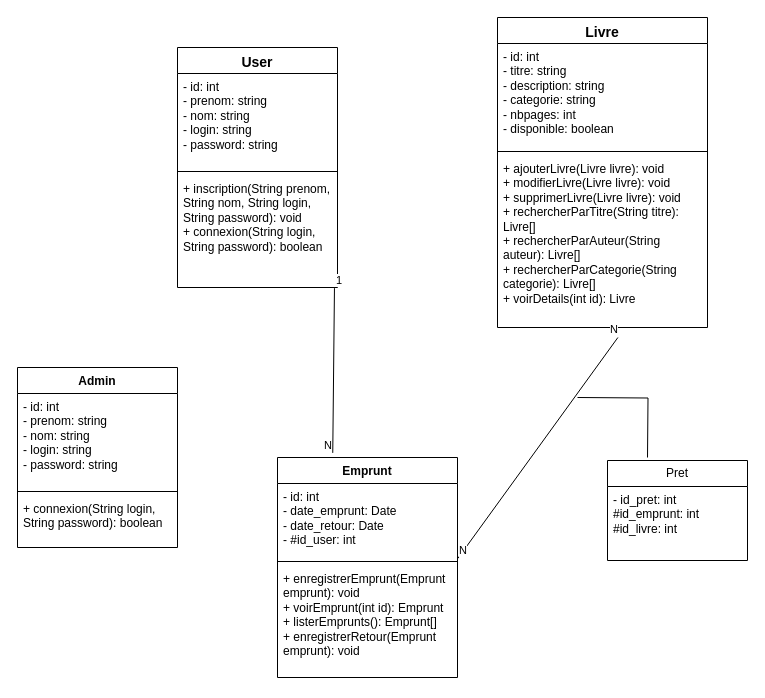
This is Bibliotheque-jee-sem8.drawio from adler96/uml, a draw.io file, before an edit. Source tidied: cells renumbered, new cells numbered last; positions are measured from the earlier drawing's top-left corner, leaving out a move shared by most shapes. Both pictures are drawn from the tidied source at 100%, with x=0, y=0 at pixel (17, 17).
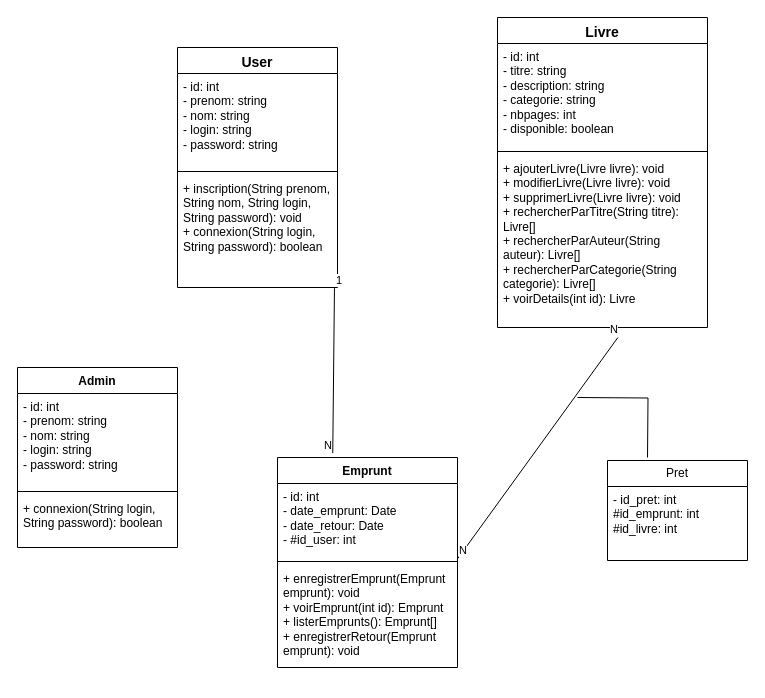
The same page after the edit.

Unchanged cells that the change refers to:
```xml
<mxCell id="24" value="Pret" style="swimlane;fontStyle=0;horizontal=1;startSize=26;fillColor=none;whiteSpace=wrap;html=1;" parent="1" vertex="1">
  <mxGeometry x="590" y="443" width="140" height="100" as="geometry" />
</mxCell>
```

Change to the diagram source:
```diff
@@
     <mxCell id="10" value="Emprunt" style="swimlane;fontStyle=1;align=center;verticalAlign=top;horizontal=1;startSize=26;whiteSpace=wrap;html=1;" parent="1" vertex="1">
-      <mxGeometry x="260" y="440" width="180" height="220" as="geometry" />
+      <mxGeometry x="260" y="440" width="180" height="210" as="geometry" />
     </mxCell>
-    <mxCell id="11" value="- id: int&lt;div&gt;- date_emprunt: Date&lt;/div&gt;&lt;div&gt;- date_retour: Date&lt;/div&gt;&lt;div&gt;- #id_user: int&lt;/div&gt;" style="text;strokeColor=none;fillColor=none;align=left;verticalAlign=top;spacingLeft=4;spacingRight=4;overflow=hidden;whiteSpace=wrap;html=1;" parent="10" vertex="1">
+    <mxCell id="11" value="- id: int&lt;div&gt;- date_emprunt: Date&lt;/div&gt;&lt;div&gt;- date_retour: Date&lt;/div&gt;&lt;div&gt;- &lt;span style=&quot;background-color: rgb(255, 255, 255);&quot;&gt;#id_user: int&lt;/span&gt;&lt;/div&gt;" style="text;strokeColor=none;fillColor=none;align=left;verticalAlign=top;spacingLeft=4;spacingRight=4;overflow=hidden;whiteSpace=wrap;html=1;" parent="10" vertex="1">
       <mxGeometry y="26" width="180" height="74" as="geometry" />
     </mxCell>
@@
     <mxCell id="13" value="&lt;div&gt;+ enregistrerEmprunt(Emprunt emprunt): void&lt;/div&gt;&lt;div&gt;+ voirEmprunt(int id): Emprunt&lt;/div&gt;&lt;div&gt;+ listerEmprunts(): Emprunt[]&lt;/div&gt;&lt;div&gt;+ enregistrerRetour(Emprunt emprunt): void&lt;/div&gt;" style="text;strokeColor=none;fillColor=none;align=left;verticalAlign=top;spacingLeft=4;spacingRight=4;overflow=hidden;whiteSpace=wrap;html=1;" parent="10" vertex="1">
-      <mxGeometry y="108" width="180" height="112" as="geometry" />
+      <mxGeometry y="108" width="180" height="102" as="geometry" />
     </mxCell>
@@
-    <mxCell id="25" value="- id_pret: int&lt;div&gt;#id_emprunt: int&lt;/div&gt;&lt;div&gt;#id_livre: int&lt;/div&gt;" style="text;strokeColor=none;fillColor=none;align=left;verticalAlign=top;spacingLeft=4;spacingRight=4;overflow=hidden;whiteSpace=wrap;html=1;" parent="24" vertex="1">
+    <mxCell id="25" value="- id_pret: int&lt;div&gt;&lt;span style=&quot;background-color: rgb(255, 255, 255);&quot;&gt;#id_emprunt: int&lt;/span&gt;&lt;/div&gt;&lt;div&gt;&lt;span style=&quot;background-color: rgb(255, 255, 255);&quot;&gt;#id_livre&lt;/span&gt;: int&lt;/div&gt;" style="text;strokeColor=none;fillColor=none;align=left;verticalAlign=top;spacingLeft=4;spacingRight=4;overflow=hidden;whiteSpace=wrap;html=1;" parent="24" vertex="1">
       <mxGeometry y="26" width="140" height="74" as="geometry" />
     </mxCell>
```
